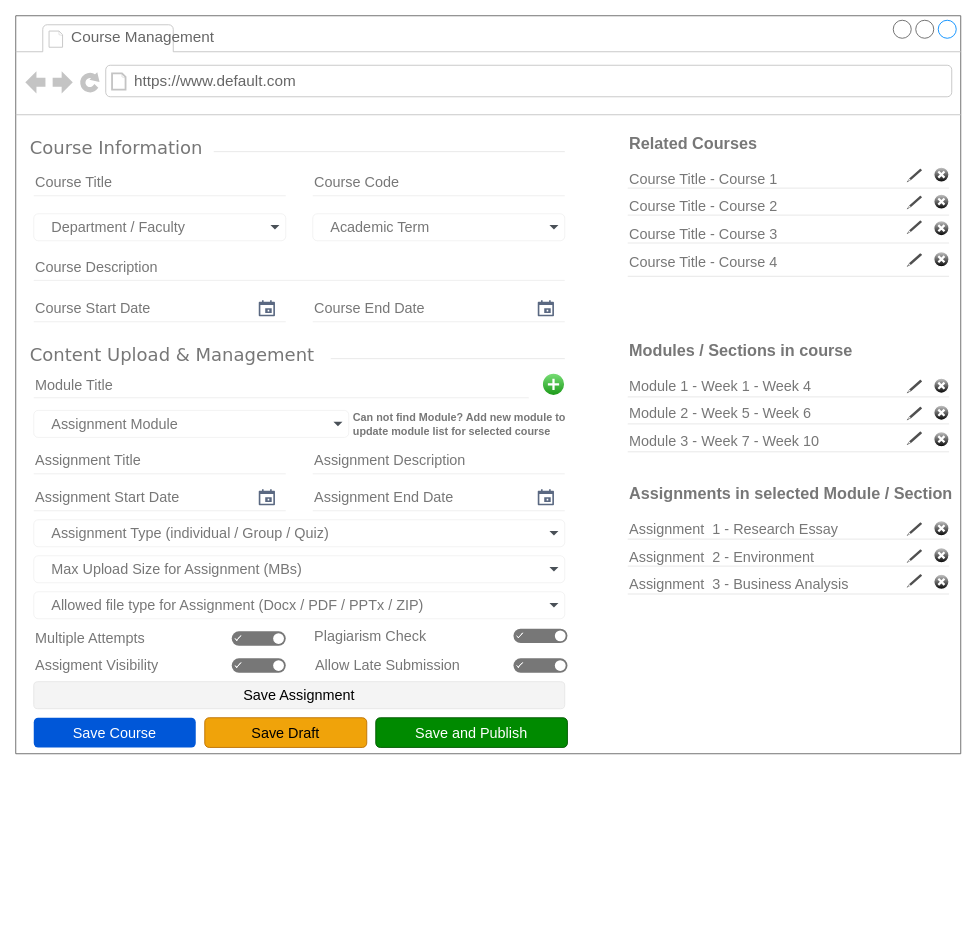
Before: page "Course Management" (4 of 7) of 02 - LMS-SysCollege/04 - UI_Designs/WireFrame.drawio in ZohaibWaqarMalik/Technical-Business-Analyst-Projects, a draw.io diagram. Source tidied: cells renumbered, new cells numbered last; positions are measured from the earlier drawing's top-left corner, leaving out a move shared by most shapes. Both pictures are drawn from the tidied source at 90%, with x=0, y=0 at pixel (15, 15).
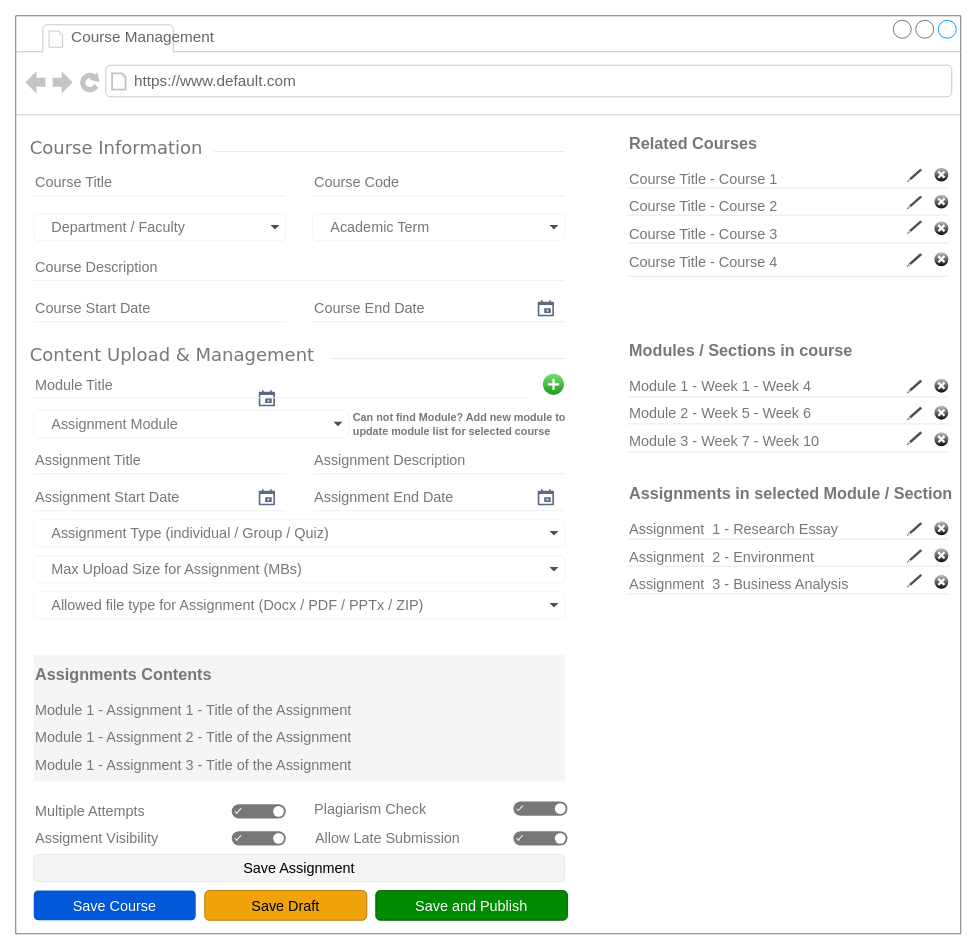
The same page after the edit.

Change to the diagram source:
```diff
@@
     <mxCell id="2" style="strokeWidth=1;shadow=0;dashed=0;align=center;html=1;shape=mxgraph.mockup.containers.browserWindow;rSize=0;strokeColor=#666666;mainText=,;rounded=0;labelBackgroundColor=none;fontFamily=Verdana;fontSize=12;" parent="1" vertex="1">
-      <mxGeometry width="1050" height="820" as="geometry" />
+      <mxGeometry width="1050" height="1020" as="geometry" />
     </mxCell>
@@
     <mxCell id="70" style="fillColor=#777777;strokeColor=none;rounded=1;arcSize=50;sketch=0;hachureGap=4;fontFamily=Architects Daughter;fontSize=20;" parent="2" vertex="1">
-      <mxGeometry x="240" y="684" width="60" height="16" as="geometry" />
+      <mxGeometry x="240" y="876" width="60" height="16" as="geometry" />
     </mxCell>
@@
     <mxCell id="73" value="Multiple Attempts" style="text;html=1;align=left;verticalAlign=middle;whiteSpace=wrap;rounded=0;fontColor=#777777;fontSize=16;" parent="2" vertex="1">
-      <mxGeometry x="20" y="677" width="130" height="30" as="geometry" />
+      <mxGeometry x="20" y="869" width="130" height="30" as="geometry" />
     </mxCell>
     <mxCell id="74" style="fillColor=#777777;strokeColor=none;rounded=1;arcSize=50;sketch=0;hachureGap=4;fontFamily=Architects Daughter;fontSize=20;" parent="2" vertex="1">
-      <mxGeometry x="553" y="681" width="60" height="16" as="geometry" />
+      <mxGeometry x="553" y="873" width="60" height="16" as="geometry" />
     </mxCell>
@@
     <mxCell id="77" value="Plagiarism Check " style="text;html=1;align=left;verticalAlign=middle;whiteSpace=wrap;rounded=0;fontColor=#777777;fontSize=16;" parent="2" vertex="1">
-      <mxGeometry x="330" y="674" width="130" height="30" as="geometry" />
+      <mxGeometry x="330" y="866" width="130" height="30" as="geometry" />
     </mxCell>
     <mxCell id="78" style="fillColor=#777777;strokeColor=none;rounded=1;arcSize=50;sketch=0;hachureGap=4;fontFamily=Architects Daughter;fontSize=20;" parent="2" vertex="1">
-      <mxGeometry x="240" y="714" width="60" height="16" as="geometry" />
+      <mxGeometry x="240" y="906" width="60" height="16" as="geometry" />
     </mxCell>
@@
     <mxCell id="81" value="Assigment Visibility" style="text;html=1;align=left;verticalAlign=middle;whiteSpace=wrap;rounded=0;fontColor=#777777;fontSize=16;" parent="2" vertex="1">
-      <mxGeometry x="20" y="707" width="150" height="30" as="geometry" />
+      <mxGeometry x="20" y="899" width="150" height="30" as="geometry" />
     </mxCell>
@@
     <mxCell id="92" style="fillColor=#777777;strokeColor=none;rounded=1;arcSize=50;sketch=0;hachureGap=4;fontFamily=Architects Daughter;fontSize=20;" parent="2" vertex="1">
-      <mxGeometry x="553" y="714" width="60" height="16" as="geometry" />
+      <mxGeometry x="553" y="906" width="60" height="16" as="geometry" />
     </mxCell>
@@
     <mxCell id="95" value="Allow Late Submission" style="text;html=1;align=left;verticalAlign=middle;whiteSpace=wrap;rounded=0;fontColor=#777777;fontSize=16;" parent="2" vertex="1">
-      <mxGeometry x="331" y="707" width="175" height="30" as="geometry" />
+      <mxGeometry x="331" y="899" width="175" height="30" as="geometry" />
     </mxCell>
     <mxCell id="96" value="&lt;font style=&quot;font-size: 16px;&quot;&gt;Save Assignment&lt;/font&gt;" style="rounded=1;html=1;shadow=0;dashed=0;whiteSpace=wrap;fontSize=10;fillColor=#F4F4F4;align=center;strokeColor=#E6E6E6;fontColor=#000000;" parent="2" vertex="1">
-      <mxGeometry x="20" y="740" width="590" height="30" as="geometry" />
+      <mxGeometry x="20" y="932" width="590" height="30" as="geometry" />
     </mxCell>
     <mxCell id="97" value="&lt;font style=&quot;font-size: 16px;&quot;&gt;Save Course&lt;/font&gt;" style="rounded=1;fillColor=#0057D8;strokeColor=none;html=1;whiteSpace=wrap;fontColor=#ffffff;align=center;verticalAlign=middle;fontStyle=0;fontSize=12;sketch=0;" parent="2" vertex="1">
-      <mxGeometry x="20" y="780" width="180" height="33" as="geometry" />
+      <mxGeometry x="20" y="972" width="180" height="33" as="geometry" />
     </mxCell>
     <mxCell id="98" value="&lt;font style=&quot;font-size: 16px;&quot;&gt;Save Draft&lt;/font&gt;" style="rounded=1;fillColor=#f0a30a;strokeColor=#BD7000;html=1;whiteSpace=wrap;fontColor=#000000;align=center;verticalAlign=middle;fontStyle=0;fontSize=12;sketch=0;" parent="2" vertex="1">
-      <mxGeometry x="210" y="780" width="180" height="33" as="geometry" />
+      <mxGeometry x="210" y="972" width="180" height="33" as="geometry" />
     </mxCell>
     <mxCell id="99" value="&lt;font style=&quot;font-size: 16px;&quot;&gt;Save and Publish&lt;/font&gt;" style="rounded=1;fillColor=#008a00;strokeColor=#005700;html=1;whiteSpace=wrap;fontColor=#ffffff;align=center;verticalAlign=middle;fontStyle=0;fontSize=12;sketch=0;" parent="2" vertex="1">
-      <mxGeometry x="400" y="780" width="213" height="33" as="geometry" />
+      <mxGeometry x="400" y="972" width="213" height="33" as="geometry" />
     </mxCell>
+    <mxCell id="100" value="&lt;h1 style=&quot;margin-top: 0px;&quot;&gt;&lt;font style=&quot;font-size: 18px; color: rgb(119, 119, 119);&quot;&gt;Assignments Contents&lt;/font&gt;&lt;/h1&gt;&lt;p&gt;&lt;font style=&quot;font-size: 16px; color: rgb(119, 119, 119);&quot;&gt;&lt;span style=&quot;background-color: transparent;&quot;&gt;Module 1 - Assignment 1 - Title of the Assignment&lt;/span&gt;&lt;/font&gt;&lt;/p&gt;&lt;p&gt;&lt;span style=&quot;color: rgb(119, 119, 119); font-size: 16px;&quot;&gt;Module 1 - Assignment 2 - Title of the Assignment&lt;/span&gt;&lt;/p&gt;&lt;p&gt;&lt;span style=&quot;color: rgb(119, 119, 119); font-size: 16px;&quot;&gt;Module 1 - Assignment 3 - Title of the Assignment&lt;/span&gt;&lt;/p&gt;" style="text;html=1;whiteSpace=wrap;overflow=hidden;rounded=0;fillColor=#f5f5f5;strokeColor=none;fontColor=#333333;" parent="2" vertex="1">
+      <mxGeometry x="20" y="710" width="590" height="140" as="geometry" />
+    </mxCell>
```
